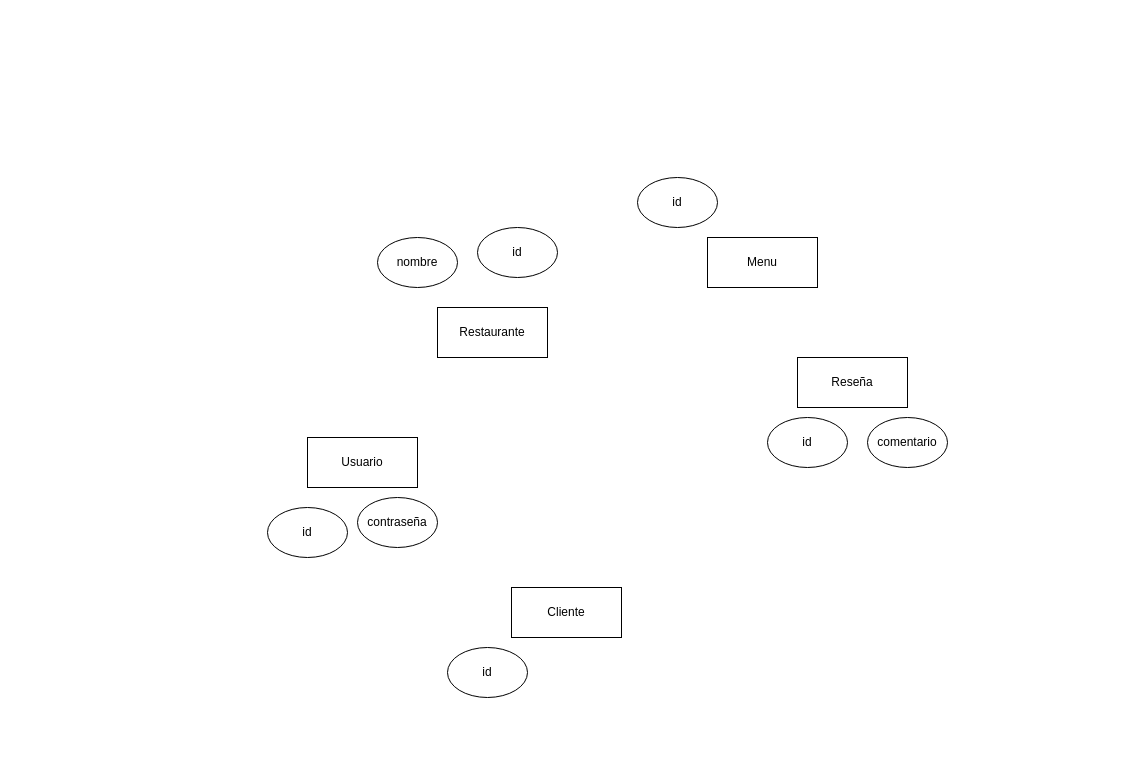
Above: Diagrama-ER-Proyecto.drawio in samuelvergaramartin/2-DAM-GS-Proyecto (draw.io), before the change. Source tidied: cells renumbered, new cells numbered last; positions are measured from the earlier drawing's top-left corner, leaving out a move shared by most shapes. Both pictures are drawn from the tidied source at 100%, with x=0, y=0 at pixel (267, 177).
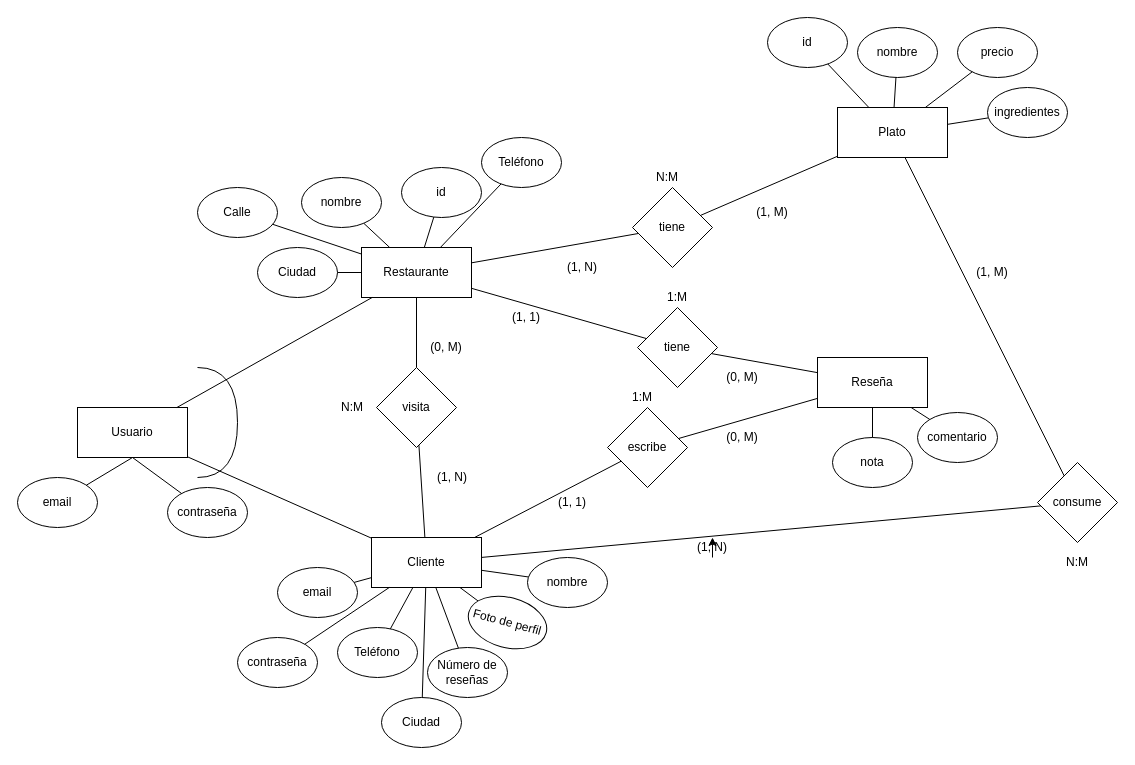
The same diagram, later.

The edit, as a diff of the source:
```diff
@@
     <mxCell id="2" value="Restaurante" style="rounded=0;whiteSpace=wrap;html=1;" parent="1" vertex="1">
-      <mxGeometry x="170" y="130" width="110" height="50" as="geometry" />
+      <mxGeometry x="94" y="70" width="110" height="50" as="geometry" />
     </mxCell>
     <mxCell id="3" value="Cliente" style="rounded=0;whiteSpace=wrap;html=1;" parent="1" vertex="1">
-      <mxGeometry x="244" y="410" width="110" height="50" as="geometry" />
+      <mxGeometry x="104" y="360" width="110" height="50" as="geometry" />
     </mxCell>
     <mxCell id="4" value="Usuario" style="rounded=0;whiteSpace=wrap;html=1;" parent="1" vertex="1">
-      <mxGeometry x="40" y="260" width="110" height="50" as="geometry" />
+      <mxGeometry x="-190" y="230" width="110" height="50" as="geometry" />
     </mxCell>
     <mxCell id="5" value="nombre" style="ellipse;whiteSpace=wrap;html=1;" parent="1" vertex="1">
-      <mxGeometry x="110" y="60" width="80" height="50" as="geometry" />
+      <mxGeometry x="34" width="80" height="50" as="geometry" />
     </mxCell>
     <mxCell id="6" value="Reseña" style="rounded=0;whiteSpace=wrap;html=1;" parent="1" vertex="1">
-      <mxGeometry x="530" y="180" width="110" height="50" as="geometry" />
+      <mxGeometry x="550" y="180" width="110" height="50" as="geometry" />
     </mxCell>
-    <mxCell id="7" value="Menu" style="rounded=0;whiteSpace=wrap;html=1;" parent="1" vertex="1">
-      <mxGeometry x="440" y="60" width="110" height="50" as="geometry" />
-    </mxCell>
     <mxCell id="8" value="id" style="ellipse;whiteSpace=wrap;html=1;" parent="1" vertex="1">
-      <mxGeometry x="210" y="50" width="80" height="50" as="geometry" />
+      <mxGeometry x="134" y="-10" width="80" height="50" as="geometry" />
     </mxCell>
     <mxCell id="9" value="contraseña" style="ellipse;whiteSpace=wrap;html=1;" parent="1" vertex="1">
-      <mxGeometry x="90" y="320" width="80" height="50" as="geometry" />
+      <mxGeometry x="-100" y="310" width="80" height="50" as="geometry" />
     </mxCell>
-    <mxCell id="10" value="id" style="ellipse;whiteSpace=wrap;html=1;" parent="1" vertex="1">
-      <mxGeometry y="330" width="80" height="50" as="geometry" />
+    <mxCell id="10" value="email" style="ellipse;whiteSpace=wrap;html=1;" parent="1" vertex="1">
+      <mxGeometry x="-250" y="300" width="80" height="50" as="geometry" />
     </mxCell>
-    <mxCell id="11" value="id" style="ellipse;whiteSpace=wrap;html=1;" parent="1" vertex="1">
-      <mxGeometry x="370" width="80" height="50" as="geometry" />
-    </mxCell>
-    <mxCell id="12" value="id" style="ellipse;whiteSpace=wrap;html=1;" parent="1" vertex="1">
-      <mxGeometry x="180" y="470" width="80" height="50" as="geometry" />
+    <mxCell id="12" value="email" style="ellipse;whiteSpace=wrap;html=1;" parent="1" vertex="1">
+      <mxGeometry x="10" y="390" width="80" height="50" as="geometry" />
     </mxCell>
-    <mxCell id="13" value="id" style="ellipse;whiteSpace=wrap;html=1;" parent="1" vertex="1">
-      <mxGeometry x="500" y="240" width="80" height="50" as="geometry" />
-    </mxCell>
     <mxCell id="14" value="comentario" style="ellipse;whiteSpace=wrap;html=1;" parent="1" vertex="1">
-      <mxGeometry x="600" y="240" width="80" height="50" as="geometry" />
+      <mxGeometry x="650" y="235" width="80" height="50" as="geometry" />
     </mxCell>
+    <mxCell id="15" value="Plato" style="rounded=0;whiteSpace=wrap;html=1;" parent="1" vertex="1">
+      <mxGeometry x="570" y="-70" width="110" height="50" as="geometry" />
+    </mxCell>
+    <mxCell id="16" value="id" style="ellipse;whiteSpace=wrap;html=1;" parent="1" vertex="1">
+      <mxGeometry x="500" y="-160" width="80" height="50" as="geometry" />
+    </mxCell>
+    <mxCell id="17" value="contraseña" style="ellipse;whiteSpace=wrap;html=1;" parent="1" vertex="1">
+      <mxGeometry x="-30" y="460" width="80" height="50" as="geometry" />
+    </mxCell>
+    <mxCell id="18" value="nombre" style="ellipse;whiteSpace=wrap;html=1;" parent="1" vertex="1">
+      <mxGeometry x="260" y="380" width="80" height="50" as="geometry" />
+    </mxCell>
+    <mxCell id="19" value="Ciudad" style="ellipse;whiteSpace=wrap;html=1;" parent="1" vertex="1">
+      <mxGeometry x="114" y="520" width="80" height="50" as="geometry" />
+    </mxCell>
+    <mxCell id="20" value="Teléfono" style="ellipse;whiteSpace=wrap;html=1;" parent="1" vertex="1">
+      <mxGeometry x="70" y="450" width="80" height="50" as="geometry" />
+    </mxCell>
+    <mxCell id="21" value="Número de reseñas" style="ellipse;whiteSpace=wrap;html=1;" parent="1" vertex="1">
+      <mxGeometry x="160" y="470" width="80" height="50" as="geometry" />
+    </mxCell>
+    <mxCell id="22" value="Foto de perfil" style="ellipse;whiteSpace=wrap;html=1;rotation=15;" parent="1" vertex="1">
+      <mxGeometry x="200" y="420" width="80" height="50" as="geometry" />
+    </mxCell>
+    <mxCell id="23" value="nota" style="ellipse;whiteSpace=wrap;html=1;" parent="1" vertex="1">
+      <mxGeometry x="565" y="260" width="80" height="50" as="geometry" />
+    </mxCell>
+    <mxCell id="24" value="Ciudad" style="ellipse;whiteSpace=wrap;html=1;" parent="1" vertex="1">
+      <mxGeometry x="-10" y="70" width="80" height="50" as="geometry" />
+    </mxCell>
+    <mxCell id="25" value="Teléfono" style="ellipse;whiteSpace=wrap;html=1;" parent="1" vertex="1">
+      <mxGeometry x="214" y="-40" width="80" height="50" as="geometry" />
+    </mxCell>
+    <mxCell id="26" value="Calle" style="ellipse;whiteSpace=wrap;html=1;" parent="1" vertex="1">
+      <mxGeometry x="-70" y="10" width="80" height="50" as="geometry" />
+    </mxCell>
+    <mxCell id="27" value="nombre" style="ellipse;whiteSpace=wrap;html=1;" parent="1" vertex="1">
+      <mxGeometry x="590" y="-150" width="80" height="50" as="geometry" />
+    </mxCell>
+    <mxCell id="28" value="precio" style="ellipse;whiteSpace=wrap;html=1;" parent="1" vertex="1">
+      <mxGeometry x="690" y="-150" width="80" height="50" as="geometry" />
+    </mxCell>
+    <mxCell id="29" value="ingredientes" style="ellipse;whiteSpace=wrap;html=1;" parent="1" vertex="1">
+      <mxGeometry x="720" y="-90" width="80" height="50" as="geometry" />
+    </mxCell>
+    <mxCell id="30" style="endArrow=none;html=1;rounded=0;exitX=0.5;exitY=1;exitDx=0;exitDy=0;" parent="1" edge="1" source="4" target="9">
+      <mxGeometry relative="1" as="geometry" />
+    </mxCell>
+    <mxCell id="31" style="endArrow=none;html=1;rounded=0;exitX=0.5;exitY=1;exitDx=0;exitDy=0;" parent="1" edge="1" source="4" target="10">
+      <mxGeometry relative="1" as="geometry" />
+    </mxCell>
+    <mxCell id="32" style="endArrow=none;html=1;rounded=0;" parent="1" edge="1" source="3" target="17">
+      <mxGeometry relative="1" as="geometry" />
+    </mxCell>
+    <mxCell id="33" style="endArrow=none;html=1;rounded=0;" parent="1" edge="1" source="3" target="19">
+      <mxGeometry relative="1" as="geometry" />
+    </mxCell>
+    <mxCell id="34" style="endArrow=none;html=1;rounded=0;" parent="1" edge="1" source="3" target="18">
+      <mxGeometry relative="1" as="geometry" />
+    </mxCell>
+    <mxCell id="35" style="endArrow=none;html=1;rounded=0;" parent="1" edge="1" source="3" target="22">
+      <mxGeometry relative="1" as="geometry" />
+    </mxCell>
+    <mxCell id="36" style="endArrow=none;html=1;rounded=0;" parent="1" edge="1" source="3" target="21">
+      <mxGeometry relative="1" as="geometry" />
+    </mxCell>
+    <mxCell id="37" style="endArrow=none;html=1;rounded=0;" parent="1" edge="1" source="3" target="20">
+      <mxGeometry relative="1" as="geometry" />
+    </mxCell>
+    <mxCell id="38" style="endArrow=none;html=1;rounded=0;" parent="1" edge="1" source="3" target="12">
+      <mxGeometry relative="1" as="geometry" />
+    </mxCell>
+    <mxCell id="39" style="endArrow=none;html=1;rounded=0;" parent="1" edge="1" source="2" target="24">
+      <mxGeometry relative="1" as="geometry" />
+    </mxCell>
+    <mxCell id="40" style="endArrow=none;html=1;rounded=0;" parent="1" edge="1" source="2" target="5">
+      <mxGeometry relative="1" as="geometry" />
+    </mxCell>
+    <mxCell id="41" style="endArrow=none;html=1;rounded=0;" parent="1" edge="1" source="2" target="8">
+      <mxGeometry relative="1" as="geometry" />
+    </mxCell>
+    <mxCell id="42" style="endArrow=none;html=1;rounded=0;" parent="1" edge="1" source="2" target="26">
+      <mxGeometry relative="1" as="geometry" />
+    </mxCell>
+    <mxCell id="43" style="endArrow=none;html=1;rounded=0;" parent="1" edge="1" source="2" target="25">
+      <mxGeometry relative="1" as="geometry" />
+    </mxCell>
+    <mxCell id="44" value="escribe" style="rhombus;whiteSpace=wrap;html=1;" parent="1" vertex="1">
+      <mxGeometry x="340" y="230" width="80" height="80" as="geometry" />
+    </mxCell>
+    <mxCell id="45" style="endArrow=none;html=1;rounded=0;" parent="1" edge="1" source="4" target="2">
+      <mxGeometry relative="1" as="geometry" />
+    </mxCell>
+    <mxCell id="46" style="endArrow=none;html=1;rounded=0;" parent="1" edge="1" source="4" target="3">
+      <mxGeometry relative="1" as="geometry" />
+    </mxCell>
+    <mxCell id="47" style="shape=requiredInterface;html=1;verticalLabelPosition=bottom;sketch=0;" parent="1" vertex="1">
+      <mxGeometry x="-70" y="190" width="40" height="110" as="geometry" />
+    </mxCell>
+    <mxCell id="48" value="tiene" style="rhombus;whiteSpace=wrap;html=1;" parent="1" vertex="1">
+      <mxGeometry x="370" y="130" width="80" height="80" as="geometry" />
+    </mxCell>
+    <mxCell id="49" style="endArrow=none;html=1;rounded=0;" parent="1" edge="1" source="3" target="44">
+      <mxGeometry relative="1" as="geometry" />
+    </mxCell>
+    <mxCell id="50" style="endArrow=none;html=1;rounded=0;" parent="1" edge="1" source="44" target="6">
+      <mxGeometry relative="1" as="geometry" />
+    </mxCell>
+    <mxCell id="51" style="endArrow=none;html=1;rounded=0;" parent="1" edge="1" source="23" target="6">
+      <mxGeometry relative="1" as="geometry" />
+    </mxCell>
+    <mxCell id="52" style="endArrow=none;html=1;rounded=0;" parent="1" edge="1" source="14" target="6">
+      <mxGeometry relative="1" as="geometry" />
+    </mxCell>
+    <mxCell id="53" style="endArrow=none;html=1;rounded=0;" parent="1" edge="1" source="2" target="48">
+      <mxGeometry relative="1" as="geometry" />
+    </mxCell>
+    <mxCell id="54" style="endArrow=none;html=1;rounded=0;" parent="1" edge="1" source="48" target="6">
+      <mxGeometry relative="1" as="geometry" />
+    </mxCell>
+    <mxCell id="55" value="visita" style="rhombus;whiteSpace=wrap;html=1;" parent="1" vertex="1">
+      <mxGeometry x="109" y="190" width="80" height="80" as="geometry" />
+    </mxCell>
+    <mxCell id="56" style="endArrow=none;html=1;rounded=0;" parent="1" edge="1" source="3" target="55">
+      <mxGeometry relative="1" as="geometry" />
+    </mxCell>
+    <mxCell id="57" style="endArrow=none;html=1;rounded=0;" parent="1" edge="1" source="55" target="2">
+      <mxGeometry relative="1" as="geometry" />
+    </mxCell>
+    <mxCell id="58" style="endArrow=none;html=1;rounded=0;" parent="1" edge="1" source="15" target="16">
+      <mxGeometry relative="1" as="geometry" />
+    </mxCell>
+    <mxCell id="59" style="endArrow=none;html=1;rounded=0;" parent="1" edge="1" source="15" target="27">
+      <mxGeometry relative="1" as="geometry" />
+    </mxCell>
+    <mxCell id="60" style="endArrow=none;html=1;rounded=0;" parent="1" edge="1" source="28" target="15">
+      <mxGeometry relative="1" as="geometry" />
+    </mxCell>
+    <mxCell id="61" style="endArrow=none;html=1;rounded=0;" parent="1" edge="1" source="29" target="15">
+      <mxGeometry relative="1" as="geometry" />
+    </mxCell>
+    <mxCell id="62" value="consume" style="rhombus;whiteSpace=wrap;html=1;" parent="1" vertex="1">
+      <mxGeometry x="770" y="285" width="80" height="80" as="geometry" />
+    </mxCell>
+    <mxCell id="63" style="endArrow=none;html=1;rounded=0;" parent="1" edge="1" source="3" target="62">
+      <mxGeometry relative="1" as="geometry" />
+    </mxCell>
+    <mxCell id="64" style="endArrow=none;html=1;rounded=0;" parent="1" edge="1" source="62" target="15">
+      <mxGeometry relative="1" as="geometry" />
+    </mxCell>
+    <mxCell id="65" style="edgeStyle=orthogonalEdgeStyle;rounded=0;orthogonalLoop=1;jettySize=auto;html=1;exitX=0;exitY=0;exitDx=0;exitDy=0;" parent="1" edge="1">
+      <mxGeometry relative="1" as="geometry">
+        <mxPoint x="55" y="240" as="sourcePoint" />
+        <mxPoint x="55" y="240" as="targetPoint" />
+      </mxGeometry>
+    </mxCell>
+    <mxCell id="66" value="N:M" style="text;html=1;strokeColor=none;fillColor=none;align=center;verticalAlign=middle;whiteSpace=wrap;overflow=hidden;" parent="1" vertex="1">
+      <mxGeometry x="50" y="220" width="70" height="20" as="geometry" />
+    </mxCell>
+    <mxCell id="67" value="1:M" style="text;html=1;strokeColor=none;fillColor=none;align=center;verticalAlign=middle;whiteSpace=wrap;overflow=hidden;" parent="1" vertex="1">
+      <mxGeometry x="340" y="210" width="70" height="20" as="geometry" />
+    </mxCell>
+    <mxCell id="68" value="N:M" style="text;html=1;strokeColor=none;fillColor=none;align=center;verticalAlign=middle;whiteSpace=wrap;overflow=hidden;" parent="1" vertex="1">
+      <mxGeometry x="775" y="375" width="70" height="20" as="geometry" />
+    </mxCell>
+    <mxCell id="69" value="1:M" style="text;html=1;strokeColor=none;fillColor=none;align=center;verticalAlign=middle;whiteSpace=wrap;overflow=hidden;" parent="1" vertex="1">
+      <mxGeometry x="375" y="110" width="70" height="20" as="geometry" />
+    </mxCell>
+    <mxCell id="70" value="tiene" style="rhombus;whiteSpace=wrap;html=1;" parent="1" vertex="1">
+      <mxGeometry x="365" y="10" width="80" height="80" as="geometry" />
+    </mxCell>
+    <mxCell id="71" style="endArrow=none;html=1;rounded=0;" parent="1" edge="1" source="70" target="2">
+      <mxGeometry relative="1" as="geometry" />
+    </mxCell>
+    <mxCell id="72" style="endArrow=none;html=1;rounded=0;" parent="1" edge="1" source="15" target="70">
+      <mxGeometry relative="1" as="geometry" />
+    </mxCell>
+    <mxCell id="73" value="N:M" style="text;html=1;strokeColor=none;fillColor=none;align=center;verticalAlign=middle;whiteSpace=wrap;overflow=hidden;" parent="1" vertex="1">
+      <mxGeometry x="365" y="-10" width="70" height="20" as="geometry" />
+    </mxCell>
+    <mxCell id="74" value="(1, N)" style="text;html=1;strokeColor=none;fillColor=none;align=center;verticalAlign=middle;whiteSpace=wrap;overflow=hidden;" parent="1" vertex="1">
+      <mxGeometry x="410" y="360" width="70" height="20" as="geometry" />
+    </mxCell>
+    <mxCell id="75" value="(1, M)" style="text;html=1;strokeColor=none;fillColor=none;align=center;verticalAlign=middle;whiteSpace=wrap;overflow=hidden;" parent="1" vertex="1">
+      <mxGeometry x="690" y="85" width="70" height="20" as="geometry" />
+    </mxCell>
+    <mxCell id="76" value="(1, N)" style="text;html=1;strokeColor=none;fillColor=none;align=center;verticalAlign=middle;whiteSpace=wrap;overflow=hidden;" parent="1" vertex="1">
+      <mxGeometry x="150" y="290" width="70" height="20" as="geometry" />
+    </mxCell>
+    <mxCell id="77" value="(0, M)" style="text;html=1;strokeColor=none;fillColor=none;align=center;verticalAlign=middle;whiteSpace=wrap;overflow=hidden;" parent="1" vertex="1">
+      <mxGeometry x="144" y="160" width="70" height="20" as="geometry" />
+    </mxCell>
+    <mxCell id="78" value="(1, 1)" style="text;html=1;strokeColor=none;fillColor=none;align=center;verticalAlign=middle;whiteSpace=wrap;overflow=hidden;" parent="1" vertex="1">
+      <mxGeometry x="270" y="315" width="70" height="20" as="geometry" />
+    </mxCell>
+    <mxCell id="79" value="(0, M)" style="text;html=1;strokeColor=none;fillColor=none;align=center;verticalAlign=middle;whiteSpace=wrap;overflow=hidden;" parent="1" vertex="1">
+      <mxGeometry x="440" y="250" width="70" height="20" as="geometry" />
+    </mxCell>
+    <mxCell id="80" value="(1, 1)" style="text;html=1;strokeColor=none;fillColor=none;align=center;verticalAlign=middle;whiteSpace=wrap;overflow=hidden;" parent="1" vertex="1">
+      <mxGeometry x="224" y="130" width="70" height="20" as="geometry" />
+    </mxCell>
+    <mxCell id="81" value="(0, M)" style="text;html=1;strokeColor=none;fillColor=none;align=center;verticalAlign=middle;whiteSpace=wrap;overflow=hidden;" parent="1" vertex="1">
+      <mxGeometry x="440" y="190" width="70" height="20" as="geometry" />
+    </mxCell>
+    <mxCell id="82" value="(1, N)" style="text;html=1;strokeColor=none;fillColor=none;align=center;verticalAlign=middle;whiteSpace=wrap;overflow=hidden;" parent="1" vertex="1">
+      <mxGeometry x="280" y="80" width="70" height="20" as="geometry" />
+    </mxCell>
+    <mxCell id="83" value="(1, M)" style="text;html=1;strokeColor=none;fillColor=none;align=center;verticalAlign=middle;whiteSpace=wrap;overflow=hidden;" parent="1" vertex="1">
+      <mxGeometry x="470" y="25" width="70" height="20" as="geometry" />
+    </mxCell>
+    <mxCell id="84" style="edgeStyle=orthogonalEdgeStyle;rounded=0;orthogonalLoop=1;jettySize=auto;html=1;exitX=0.5;exitY=1;exitDx=0;exitDy=0;entryX=0.5;entryY=0;entryDx=0;entryDy=0;" parent="1" edge="1" source="74" target="74">
+      <mxGeometry relative="1" as="geometry" />
+    </mxCell>
```
